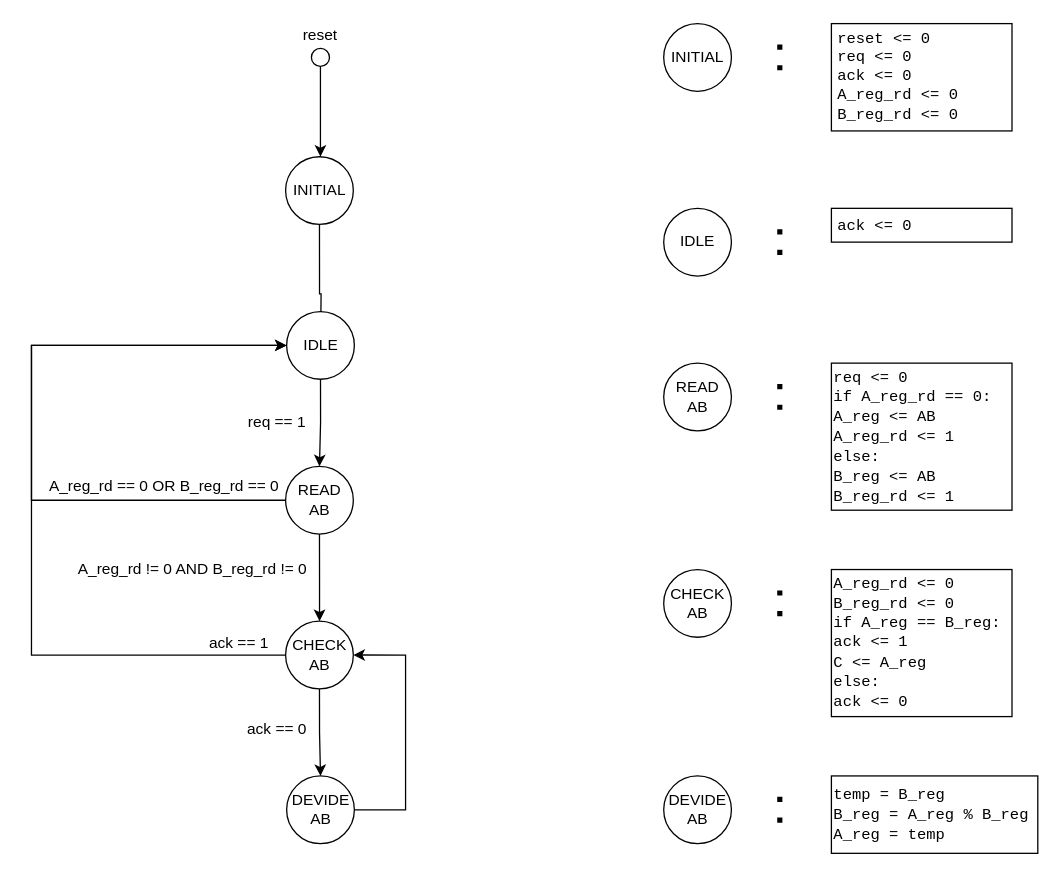
Above: page "State_diagram_wrong" (3 of 4) of assignment_1/State_diagram.drawio in Thommimp/02203_Design_of_Digital_Systems (draw.io), before the change. Source tidied: cells renumbered, new cells numbered last; positions are measured from the earlier drawing's top-left corner, leaving out a move shared by most shapes. Both pictures are drawn from the tidied source at 129%, with x=0, y=0 at pixel (31, 22).
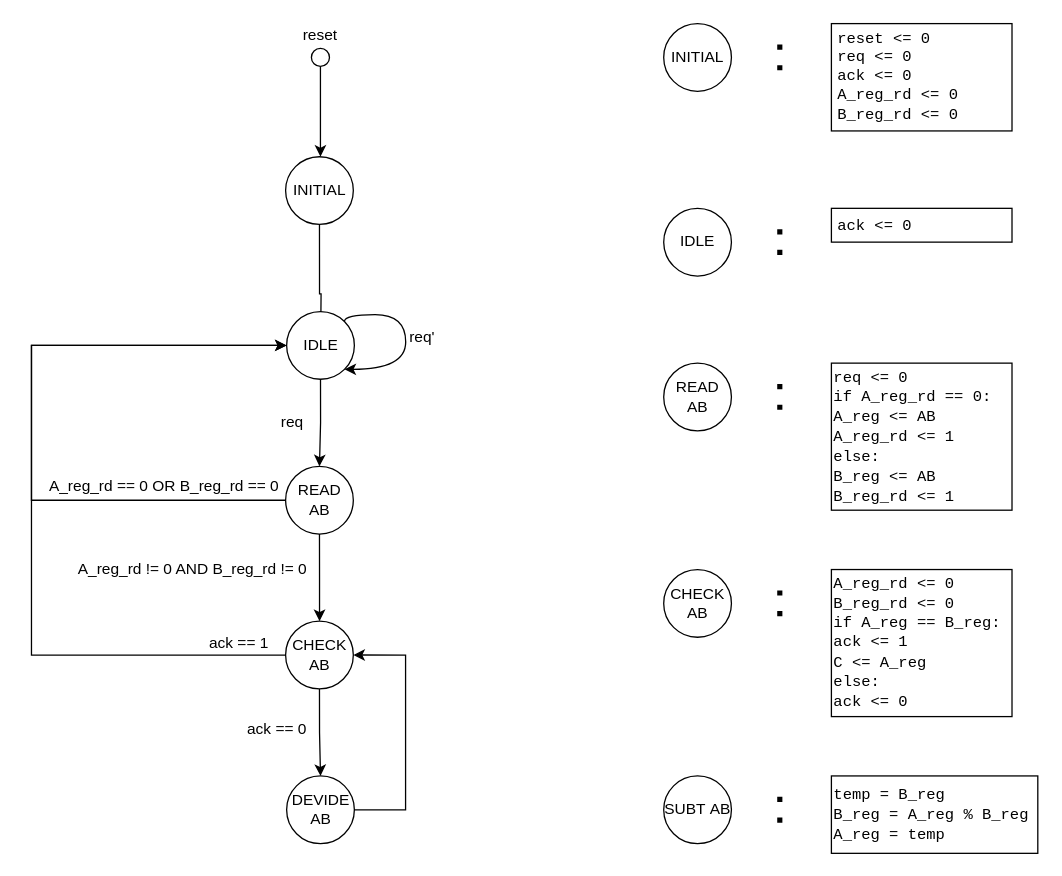
Above is the later version.

Commit message (it also covers changes not shown here):
Fixed the state diagram - made it as ASM chart. Added anwsers file for awnsers.

The change refers to these unchanged cells:
```xml
<mxCell id="15" value="IDLE" style="ellipse;whiteSpace=wrap;html=1;shapeInside=1;" parent="1" vertex="1">
  <mxGeometry x="197.7" y="224" width="52.5" height="52.5" as="geometry" />
</mxCell>
```

Change to the diagram source:
```diff
@@
-    <mxCell id="13" value="req == 1" style="text;whiteSpace=wrap;html=1;align=center;verticalAlign=middle;" parent="1" vertex="1">
-      <mxGeometry x="164.4" y="300" width="52.5" height="20" as="geometry" />
+    <mxCell id="13" value="req&amp;nbsp;" style="text;whiteSpace=wrap;html=1;align=center;verticalAlign=middle;" parent="1" vertex="1">
+      <mxGeometry x="190.7" y="300" width="26.2" height="20" as="geometry" />
     </mxCell>
@@
-    <mxCell id="33" value="DEVIDE AB" style="ellipse;whiteSpace=wrap;html=1;shapeInside=1;" parent="1" vertex="1">
+    <mxCell id="33" value="&lt;span style=&quot;background-color: transparent; color: light-dark(rgb(0, 0, 0), rgb(255, 255, 255));&quot;&gt;SUBT&amp;nbsp;&lt;/span&gt;&lt;span style=&quot;background-color: transparent; color: light-dark(rgb(0, 0, 0), rgb(255, 255, 255));&quot;&gt;AB&lt;/span&gt;" style="ellipse;whiteSpace=wrap;html=1;shapeInside=1;" parent="1" vertex="1">
       <mxGeometry x="490" y="584" width="52.5" height="52.5" as="geometry" />
     </mxCell>
@@
+    <mxCell id="37" style="edgeStyle=orthogonalEdgeStyle;rounded=0;orthogonalLoop=1;jettySize=auto;html=1;entryX=1;entryY=1;entryDx=0;entryDy=0;curved=1;exitX=1;exitY=0;exitDx=0;exitDy=0;innerLoopWaypoints=1;" parent="1" edge="1" source="15" target="15">
+      <mxGeometry relative="1" as="geometry">
+        <Array as="points">
+          <mxPoint x="242.5" y="226.4" />
+          <mxPoint x="290" y="226.4" />
+          <mxPoint x="290" y="268.8" />
+        </Array>
+      </mxGeometry>
+    </mxCell>
+    <mxCell id="38" value="req'" style="text;whiteSpace=wrap;html=1;align=center;verticalAlign=middle;" parent="1" vertex="1">
+      <mxGeometry x="290" y="234" width="26.2" height="20" as="geometry" />
+    </mxCell>
```
